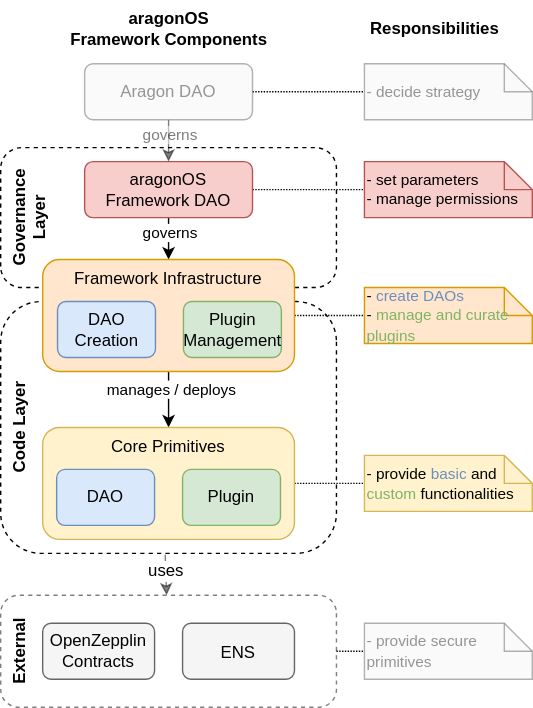
Before: packages/contracts/docs/core/01-how-it-works/aragon-os-framework-overview.drawio.svg, a diagram exported from draw.io (aragon/osx). Source tidied: cells renumbered, new cells last; positions are measured from the earlier drawing's top-left corner, leaving out a move shared by most shapes. The source it was exported from:
```xml
<mxGraphModel>
  <root>
    <mxCell id="0" />
    <mxCell id="1" parent="0" />
    <mxCell id="2" value="External" style="rounded=1;whiteSpace=wrap;html=1;dashed=1;fillColor=none;verticalAlign=top;fontStyle=1;arcSize=16;direction=west;rotation=270;opacity=50;" parent="1" vertex="1">
      <mxGeometry x="50" y="345" width="80" height="240" as="geometry" />
    </mxCell>
    <mxCell id="3" value="Code Layer" style="rounded=1;whiteSpace=wrap;html=1;dashed=1;fillColor=none;verticalAlign=top;fontStyle=1;arcSize=16;direction=west;rotation=270;" parent="1" vertex="1">
      <mxGeometry y="185" width="180" height="240" as="geometry" />
    </mxCell>
    <mxCell id="4" value="&lt;span style=&quot;font-size: 11px&quot;&gt;&lt;font style=&quot;font-size: 11px&quot;&gt;&amp;nbsp;- decide strategy&lt;/font&gt;&lt;br&gt;&lt;/span&gt;" style="shape=note;size=20;whiteSpace=wrap;html=1;fontSize=12;fillColor=#f5f5f5;align=left;strokeColor=#666666;fontColor=#333333;textOpacity=50;opacity=50;" parent="1" vertex="1">
      <mxGeometry x="230" y="45" width="120" height="40" as="geometry" />
    </mxCell>
    <mxCell id="5" value="&lt;div style=&quot;font-size: 11px&quot;&gt;&lt;span&gt;&amp;nbsp;- set parameters&lt;/span&gt;&lt;br&gt;&lt;/div&gt;&lt;div style=&quot;font-size: 11px&quot;&gt;&lt;span&gt;&lt;font style=&quot;font-size: 11px&quot;&gt;&amp;nbsp;- manage permissions&lt;/font&gt;&lt;/span&gt;&lt;/div&gt;" style="shape=note;size=20;whiteSpace=wrap;html=1;fontSize=12;fillColor=#f8cecc;align=left;strokeColor=#b85450;" parent="1" vertex="1">
      <mxGeometry x="230" y="115" width="120" height="40" as="geometry" />
    </mxCell>
    <mxCell id="6" value="&lt;span style=&quot;font-size: 11px;&quot;&gt;&lt;font style=&quot;font-size: 11px;&quot;&gt;&amp;nbsp;- &lt;font style=&quot;&quot; color=&quot;#6c8ebf&quot;&gt;create DAOs&lt;/font&gt;&lt;br&gt;&amp;nbsp;- &lt;font color=&quot;#81b365&quot;&gt;manage and curate&lt;br&gt;&amp;nbsp; &amp;nbsp;plugins&lt;/font&gt;&lt;/font&gt;&lt;br&gt;&lt;/span&gt;" style="shape=note;size=20;whiteSpace=wrap;html=1;fontSize=12;fillColor=#ffe6cc;align=left;strokeColor=#d79b00;" parent="1" vertex="1">
      <mxGeometry x="230" y="205" width="120" height="40" as="geometry" />
    </mxCell>
    <mxCell id="7" style="edgeStyle=orthogonalEdgeStyle;rounded=0;jettySize=auto;html=1;fontSize=11;endArrow=none;endFill=0;dashed=1;dashPattern=1 1;textOpacity=50;" parent="1" edge="1" source="22" target="4">
      <mxGeometry relative="1" as="geometry" />
    </mxCell>
    <mxCell id="8" style="edgeStyle=orthogonalEdgeStyle;rounded=0;jettySize=auto;html=1;exitX=1;exitY=0.5;exitDx=0;exitDy=0;fontSize=11;endArrow=none;endFill=0;dashed=1;dashPattern=1 1;" parent="1" edge="1" source="19" target="5">
      <mxGeometry relative="1" as="geometry" />
    </mxCell>
    <mxCell id="9" style="edgeStyle=orthogonalEdgeStyle;rounded=0;jettySize=auto;html=1;exitX=1;exitY=0.5;exitDx=0;exitDy=0;fontSize=11;endArrow=none;endFill=0;dashed=1;dashPattern=1 1;" parent="1" edge="1" source="33" target="6">
      <mxGeometry relative="1" as="geometry" />
    </mxCell>
    <mxCell id="10" value="&lt;span style=&quot;font-size: 11px;&quot;&gt;&lt;font style=&quot;font-size: 11px;&quot;&gt;&amp;nbsp;- provide &lt;font style=&quot;&quot; color=&quot;#6c8ebf&quot;&gt;basic&lt;/font&gt; and&lt;br&gt;&amp;nbsp; &amp;nbsp;&lt;font style=&quot;&quot; color=&quot;#81b365&quot;&gt;custom&lt;/font&gt;&lt;font style=&quot;&quot; color=&quot;#97d077&quot;&gt;&amp;nbsp;&lt;/font&gt;functionalities&lt;/font&gt;&lt;br&gt;&lt;/span&gt;" style="shape=note;size=20;whiteSpace=wrap;html=1;fontSize=12;fillColor=#fff2cc;align=left;strokeColor=#d6b656;" parent="1" vertex="1">
      <mxGeometry x="230" y="325" width="120" height="40" as="geometry" />
    </mxCell>
    <mxCell id="11" style="edgeStyle=orthogonalEdgeStyle;rounded=0;jettySize=auto;html=1;dashed=1;dashPattern=1 1;fontSize=11;endArrow=none;endFill=0;" parent="1" edge="1" source="29" target="10">
      <mxGeometry relative="1" as="geometry" />
    </mxCell>
    <mxCell id="12" value="&lt;font color=&quot;#000000&quot; style=&quot;font-size: 12px;&quot;&gt;&lt;b style=&quot;font-size: 12px;&quot;&gt;Responsibilities&lt;/b&gt;&lt;/font&gt;" style="text;html=1;align=center;verticalAlign=middle;strokeColor=none;fillColor=none;fontSize=12;fontColor=#7EA6E0;" parent="1" vertex="1">
      <mxGeometry x="220" y="5" width="120" height="30" as="geometry" />
    </mxCell>
    <mxCell id="13" value="&lt;span style=&quot;font-size: 11px&quot;&gt;&lt;font style=&quot;font-size: 11px&quot;&gt;&amp;nbsp;- provide secure &lt;br&gt;&amp;nbsp; &amp;nbsp;primitives&lt;/font&gt;&lt;br&gt;&lt;/span&gt;" style="shape=note;size=20;whiteSpace=wrap;html=1;fontSize=12;fillColor=#f5f5f5;align=left;strokeColor=#666666;fontColor=#333333;opacity=50;textOpacity=50;" parent="1" vertex="1">
      <mxGeometry x="230" y="445" width="120" height="40" as="geometry" />
    </mxCell>
    <mxCell id="14" style="edgeStyle=orthogonalEdgeStyle;rounded=0;jettySize=auto;html=1;dashed=1;dashPattern=1 1;fontSize=11;fontColor=#000000;endArrow=none;endFill=0;textOpacity=50;exitX=0.5;exitY=0;exitDx=0;exitDy=0;" parent="1" edge="1" source="2" target="13">
      <mxGeometry relative="1" as="geometry">
        <Array as="points">
          <mxPoint x="220" y="465" />
          <mxPoint x="220" y="465" />
        </Array>
      </mxGeometry>
    </mxCell>
    <mxCell id="15" value="&lt;font color=&quot;#000000&quot; style=&quot;font-size: 12px;&quot;&gt;&lt;span style=&quot;font-size: 12px;&quot;&gt;&lt;b&gt;aragonOS&lt;br&gt;&lt;/b&gt;&lt;/span&gt;&lt;b style=&quot;font-size: 12px;&quot;&gt;Framework Components&lt;br style=&quot;font-size: 12px;&quot;&gt;&lt;/b&gt;&lt;/font&gt;" style="text;html=1;align=center;verticalAlign=middle;strokeColor=none;fillColor=none;fontSize=12;fontColor=#7EA6E0;rounded=0;" parent="1" vertex="1">
      <mxGeometry x="10" width="160" height="40" as="geometry" />
    </mxCell>
    <mxCell id="16" value="Governance Layer" style="rounded=1;whiteSpace=wrap;html=1;dashed=1;fillColor=none;verticalAlign=top;fontStyle=1;rotation=270;" parent="1" vertex="1">
      <mxGeometry x="40" y="35" width="100" height="240" as="geometry" />
    </mxCell>
    <mxCell id="17" style="edgeStyle=orthogonalEdgeStyle;rounded=0;jettySize=auto;html=1;" parent="1" edge="1" source="19" target="33">
      <mxGeometry relative="1" as="geometry" />
    </mxCell>
    <mxCell id="18" value="governs" style="edgeLabel;html=1;align=center;verticalAlign=middle;" parent="17" vertex="1">
      <mxGeometry x="-0.32" relative="1" as="geometry">
        <mxPoint y="-7" as="offset" />
      </mxGeometry>
    </mxCell>
    <mxCell id="19" value="aragonOS Framework DAO" style="rounded=1;whiteSpace=wrap;html=1;verticalAlign=middle;fontStyle=0;fillColor=#f8cecc;strokeColor=#b85450;" parent="1" vertex="1">
      <mxGeometry x="30" y="115" width="120" height="40" as="geometry" />
    </mxCell>
    <mxCell id="20" style="edgeStyle=orthogonalEdgeStyle;rounded=0;jettySize=auto;html=1;textOpacity=50;opacity=50;" parent="1" edge="1" source="22" target="19">
      <mxGeometry relative="1" as="geometry" />
    </mxCell>
    <mxCell id="21" value="governs" style="edgeLabel;html=1;align=center;verticalAlign=middle;textOpacity=50;" parent="20" vertex="1">
      <mxGeometry x="-0.69" relative="1" as="geometry">
        <mxPoint y="2" as="offset" />
      </mxGeometry>
    </mxCell>
    <mxCell id="22" value="Aragon DAO" style="rounded=1;whiteSpace=wrap;html=1;verticalAlign=middle;fontStyle=0;fillColor=#f5f5f5;strokeColor=#666666;fontColor=#333333;opacity=50;textOpacity=50;" parent="1" vertex="1">
      <mxGeometry x="30" y="45" width="120" height="40" as="geometry" />
    </mxCell>
    <mxCell id="23" style="edgeStyle=orthogonalEdgeStyle;rounded=0;jettySize=auto;html=1;" parent="1" edge="1" source="33" target="29">
      <mxGeometry relative="1" as="geometry" />
    </mxCell>
    <mxCell id="24" value="manages / deploys" style="edgeLabel;html=1;align=center;verticalAlign=middle;" parent="23" vertex="1">
      <mxGeometry x="-0.55" relative="1" as="geometry">
        <mxPoint x="1" y="3" as="offset" />
      </mxGeometry>
    </mxCell>
    <mxCell id="25" value="OpenZepplin Contracts" style="rounded=1;whiteSpace=wrap;html=1;verticalAlign=middle;fontStyle=0;fillColor=#f5f5f5;strokeColor=#666666;fontColor=#000000;" parent="1" vertex="1">
      <mxGeometry y="445" width="80" height="40" as="geometry" />
    </mxCell>
    <mxCell id="26" style="rounded=0;jettySize=auto;html=1;fontSize=12;fontColor=#000000;endArrow=classic;endFill=1;opacity=50;exitX=1.005;exitY=0.51;exitDx=0;exitDy=0;exitPerimeter=0;" parent="1" edge="1" source="3" target="2">
      <mxGeometry relative="1" as="geometry" />
    </mxCell>
    <mxCell id="27" value="uses" style="edgeLabel;html=1;align=center;verticalAlign=middle;fontSize=12;fontColor=#000000;" parent="26" vertex="1">
      <mxGeometry x="-0.47" y="2" relative="1" as="geometry">
        <mxPoint x="-2" y="4" as="offset" />
      </mxGeometry>
    </mxCell>
    <mxCell id="28" style="group;" parent="1" vertex="1">
      <mxGeometry y="305" width="180" height="80" as="geometry" />
    </mxCell>
    <mxCell id="29" value="Core Primitives" style="rounded=1;whiteSpace=wrap;html=1;verticalAlign=top;fontStyle=0;fillColor=#fff2cc;strokeColor=#d6b656;" parent="28" vertex="1">
      <mxGeometry width="180" height="80" as="geometry" />
    </mxCell>
    <mxCell id="30" value="DAO" style="rounded=1;whiteSpace=wrap;html=1;verticalAlign=middle;fontStyle=0;fillColor=#dae8fc;strokeColor=#6c8ebf;" parent="28" vertex="1">
      <mxGeometry x="10" y="30" width="70" height="40" as="geometry" />
    </mxCell>
    <mxCell id="31" value="Plugin" style="rounded=1;whiteSpace=wrap;html=1;verticalAlign=middle;fontStyle=0;fillColor=#d5e8d4;strokeColor=#82b366;" parent="28" vertex="1">
      <mxGeometry x="100" y="30" width="70" height="40" as="geometry" />
    </mxCell>
    <mxCell id="32" style="group;" parent="1" vertex="1">
      <mxGeometry y="185" width="180" height="80" as="geometry" />
    </mxCell>
    <mxCell id="33" value="Framework Infrastructure" style="rounded=1;whiteSpace=wrap;html=1;verticalAlign=top;fontStyle=0;fillColor=#ffe6cc;strokeColor=#d79b00;" parent="32" vertex="1">
      <mxGeometry width="180" height="80" as="geometry" />
    </mxCell>
    <mxCell id="34" value="DAO Creation" style="rounded=1;whiteSpace=wrap;html=1;verticalAlign=middle;fontStyle=0;fillColor=#dae8fc;strokeColor=#6c8ebf;" parent="32" vertex="1">
      <mxGeometry x="10.6" y="30" width="70" height="40" as="geometry" />
    </mxCell>
    <mxCell id="35" value="Plugin&lt;br&gt;Management" style="rounded=1;whiteSpace=wrap;html=1;verticalAlign=middle;fontStyle=0;fillColor=#d5e8d4;strokeColor=#82b366;" parent="32" vertex="1">
      <mxGeometry x="100.6" y="30" width="70" height="40" as="geometry" />
    </mxCell>
    <mxCell id="36" value="&lt;p style=&quot;line-height: 1&quot;&gt;&lt;font color=&quot;#000000&quot;&gt;ENS&lt;/font&gt;&lt;/p&gt;" style="rounded=1;whiteSpace=wrap;html=1;verticalAlign=middle;fontStyle=0;fillColor=#f5f5f5;strokeColor=#666666;fontColor=#333333;" parent="1" vertex="1">
      <mxGeometry x="100" y="445" width="80" height="40" as="geometry" />
    </mxCell>
  </root>
</mxGraphModel>
```
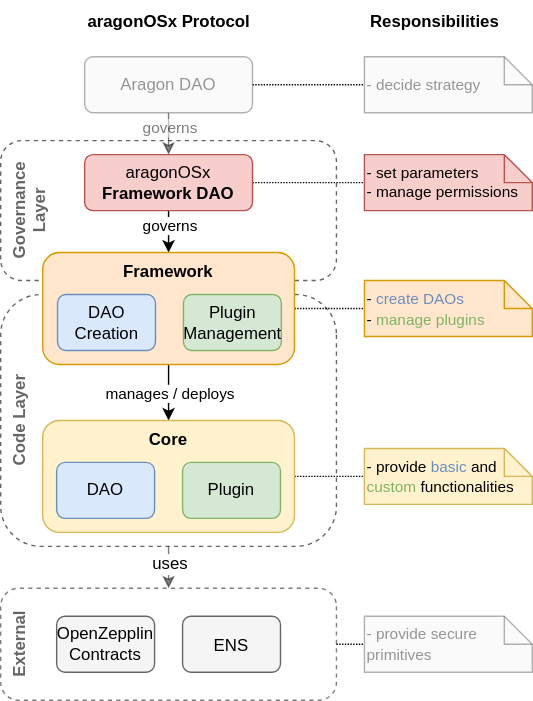
Above is the later version.

Diff of the diagram source:
```diff
@@ -2,10 +2,10 @@
   <root>
     <mxCell id="0" />
     <mxCell id="1" parent="0" />
-    <mxCell id="2" value="External" style="rounded=1;whiteSpace=wrap;html=1;dashed=1;fillColor=none;verticalAlign=top;fontStyle=1;arcSize=16;direction=west;rotation=270;opacity=50;" parent="1" vertex="1">
+    <mxCell id="2" value="External" style="rounded=1;whiteSpace=wrap;html=1;dashed=1;fillColor=none;verticalAlign=top;fontStyle=1;arcSize=16;direction=west;rotation=270;opacity=50;fontColor=#666666;" parent="1" vertex="1">
       <mxGeometry x="50" y="345" width="80" height="240" as="geometry" />
     </mxCell>
-    <mxCell id="3" value="Code Layer" style="rounded=1;whiteSpace=wrap;html=1;dashed=1;fillColor=none;verticalAlign=top;fontStyle=1;arcSize=16;direction=west;rotation=270;" parent="1" vertex="1">
+    <mxCell id="3" value="Code Layer" style="rounded=1;whiteSpace=wrap;html=1;dashed=1;fillColor=none;verticalAlign=top;fontStyle=1;arcSize=16;direction=west;rotation=270;strokeColor=#666666;fontColor=#666666;" parent="1" vertex="1">
       <mxGeometry y="185" width="180" height="240" as="geometry" />
     </mxCell>
     <mxCell id="4" value="&lt;span style=&quot;font-size: 11px&quot;&gt;&lt;font style=&quot;font-size: 11px&quot;&gt;&amp;nbsp;- decide strategy&lt;/font&gt;&lt;br&gt;&lt;/span&gt;" style="shape=note;size=20;whiteSpace=wrap;html=1;fontSize=12;fillColor=#f5f5f5;align=left;strokeColor=#666666;fontColor=#333333;textOpacity=50;opacity=50;" parent="1" vertex="1">
@@ -14,7 +14,7 @@
     <mxCell id="5" value="&lt;div style=&quot;font-size: 11px&quot;&gt;&lt;span&gt;&amp;nbsp;- set parameters&lt;/span&gt;&lt;br&gt;&lt;/div&gt;&lt;div style=&quot;font-size: 11px&quot;&gt;&lt;span&gt;&lt;font style=&quot;font-size: 11px&quot;&gt;&amp;nbsp;- manage permissions&lt;/font&gt;&lt;/span&gt;&lt;/div&gt;" style="shape=note;size=20;whiteSpace=wrap;html=1;fontSize=12;fillColor=#f8cecc;align=left;strokeColor=#b85450;" parent="1" vertex="1">
       <mxGeometry x="230" y="115" width="120" height="40" as="geometry" />
     </mxCell>
-    <mxCell id="6" value="&lt;span style=&quot;font-size: 11px;&quot;&gt;&lt;font style=&quot;font-size: 11px;&quot;&gt;&amp;nbsp;- &lt;font style=&quot;&quot; color=&quot;#6c8ebf&quot;&gt;create DAOs&lt;/font&gt;&lt;br&gt;&amp;nbsp;- &lt;font color=&quot;#81b365&quot;&gt;manage and curate&lt;br&gt;&amp;nbsp; &amp;nbsp;plugins&lt;/font&gt;&lt;/font&gt;&lt;br&gt;&lt;/span&gt;" style="shape=note;size=20;whiteSpace=wrap;html=1;fontSize=12;fillColor=#ffe6cc;align=left;strokeColor=#d79b00;" parent="1" vertex="1">
+    <mxCell id="6" value="&lt;span style=&quot;font-size: 11px;&quot;&gt;&lt;font style=&quot;font-size: 11px;&quot;&gt;&amp;nbsp;- &lt;font style=&quot;&quot; color=&quot;#6c8ebf&quot;&gt;create DAOs&lt;/font&gt;&lt;br&gt;&amp;nbsp;- &lt;font color=&quot;#81b365&quot;&gt;manage plugins&lt;/font&gt;&lt;/font&gt;&lt;br&gt;&lt;/span&gt;" style="shape=note;size=20;whiteSpace=wrap;html=1;fontSize=12;fillColor=#ffe6cc;align=left;strokeColor=#d79b00;" parent="1" vertex="1">
       <mxGeometry x="230" y="205" width="120" height="40" as="geometry" />
     </mxCell>
     <mxCell id="7" style="edgeStyle=orthogonalEdgeStyle;rounded=0;jettySize=auto;html=1;fontSize=11;endArrow=none;endFill=0;dashed=1;dashPattern=1 1;textOpacity=50;" parent="1" edge="1" source="22" target="4">
@@ -46,10 +46,10 @@
         </Array>
       </mxGeometry>
     </mxCell>
-    <mxCell id="15" value="&lt;font color=&quot;#000000&quot; style=&quot;font-size: 12px;&quot;&gt;&lt;span style=&quot;font-size: 12px;&quot;&gt;&lt;b&gt;aragonOS&lt;br&gt;&lt;/b&gt;&lt;/span&gt;&lt;b style=&quot;font-size: 12px;&quot;&gt;Framework Components&lt;br style=&quot;font-size: 12px;&quot;&gt;&lt;/b&gt;&lt;/font&gt;" style="text;html=1;align=center;verticalAlign=middle;strokeColor=none;fillColor=none;fontSize=12;fontColor=#7EA6E0;rounded=0;" parent="1" vertex="1">
-      <mxGeometry x="10" width="160" height="40" as="geometry" />
+    <mxCell id="15" value="&lt;font color=&quot;#000000&quot; style=&quot;font-size: 12px;&quot;&gt;&lt;span style=&quot;font-size: 12px;&quot;&gt;&lt;b&gt;aragonOS&amp;nbsp;&lt;/b&gt;&lt;/span&gt;&lt;b style=&quot;font-size: 12px;&quot;&gt;Protocol&lt;br style=&quot;font-size: 12px;&quot;&gt;&lt;/b&gt;&lt;/font&gt;" style="text;html=1;align=center;verticalAlign=middle;strokeColor=none;fillColor=none;fontSize=12;fontColor=#7EA6E0;rounded=0;" parent="1" vertex="1">
+      <mxGeometry x="25" y="5" width="130" height="30" as="geometry" />
     </mxCell>
-    <mxCell id="16" value="Governance Layer" style="rounded=1;whiteSpace=wrap;html=1;dashed=1;fillColor=none;verticalAlign=top;fontStyle=1;rotation=270;" parent="1" vertex="1">
+    <mxCell id="16" value="Governance Layer" style="rounded=1;whiteSpace=wrap;html=1;dashed=1;fillColor=none;verticalAlign=top;fontStyle=1;rotation=270;strokeColor=#666666;fontColor=#666666;" parent="1" vertex="1">
       <mxGeometry x="40" y="35" width="100" height="240" as="geometry" />
     </mxCell>
     <mxCell id="17" style="edgeStyle=orthogonalEdgeStyle;rounded=0;jettySize=auto;html=1;" parent="1" edge="1" source="19" target="33">
@@ -60,7 +60,7 @@
         <mxPoint y="-7" as="offset" />
       </mxGeometry>
     </mxCell>
-    <mxCell id="19" value="aragonOS Framework DAO" style="rounded=1;whiteSpace=wrap;html=1;verticalAlign=middle;fontStyle=0;fillColor=#f8cecc;strokeColor=#b85450;" parent="1" vertex="1">
+    <mxCell id="19" value="aragonOS &lt;b&gt;Framework DAO&lt;/b&gt;" style="rounded=1;whiteSpace=wrap;html=1;verticalAlign=middle;fontStyle=0;fillColor=#f8cecc;strokeColor=#b85450;" parent="1" vertex="1">
       <mxGeometry x="30" y="115" width="120" height="40" as="geometry" />
     </mxCell>
     <mxCell id="20" style="edgeStyle=orthogonalEdgeStyle;rounded=0;jettySize=auto;html=1;textOpacity=50;opacity=50;" parent="1" edge="1" source="22" target="19">
@@ -79,13 +79,13 @@
     </mxCell>
     <mxCell id="24" value="manages / deploys" style="edgeLabel;html=1;align=center;verticalAlign=middle;" parent="23" vertex="1">
       <mxGeometry x="-0.55" relative="1" as="geometry">
-        <mxPoint x="1" y="3" as="offset" />
+        <mxPoint y="11" as="offset" />
       </mxGeometry>
     </mxCell>
     <mxCell id="25" value="OpenZepplin Contracts" style="rounded=1;whiteSpace=wrap;html=1;verticalAlign=middle;fontStyle=0;fillColor=#f5f5f5;strokeColor=#666666;fontColor=#000000;" parent="1" vertex="1">
-      <mxGeometry y="445" width="80" height="40" as="geometry" />
+      <mxGeometry x="10" y="445" width="70" height="40" as="geometry" />
     </mxCell>
-    <mxCell id="26" style="rounded=0;jettySize=auto;html=1;fontSize=12;fontColor=#000000;endArrow=classic;endFill=1;opacity=50;exitX=1.005;exitY=0.51;exitDx=0;exitDy=0;exitPerimeter=0;" parent="1" edge="1" source="3" target="2">
+    <mxCell id="26" style="rounded=0;jettySize=auto;html=1;fontSize=12;fontColor=#000000;endArrow=classic;endFill=1;opacity=50;exitX=1;exitY=0.5;exitDx=0;exitDy=0;" parent="1" edge="1" source="3" target="2">
       <mxGeometry relative="1" as="geometry" />
     </mxCell>
     <mxCell id="27" value="uses" style="edgeLabel;html=1;align=center;verticalAlign=middle;fontSize=12;fontColor=#000000;" parent="26" vertex="1">
@@ -96,7 +96,7 @@
     <mxCell id="28" style="group;" parent="1" vertex="1">
       <mxGeometry y="305" width="180" height="80" as="geometry" />
     </mxCell>
-    <mxCell id="29" value="Core Primitives" style="rounded=1;whiteSpace=wrap;html=1;verticalAlign=top;fontStyle=0;fillColor=#fff2cc;strokeColor=#d6b656;" parent="28" vertex="1">
+    <mxCell id="29" value="&lt;b&gt;Core&lt;/b&gt;" style="rounded=1;whiteSpace=wrap;html=1;verticalAlign=top;fontStyle=0;fillColor=#fff2cc;strokeColor=#d6b656;" parent="28" vertex="1">
       <mxGeometry width="180" height="80" as="geometry" />
     </mxCell>
     <mxCell id="30" value="DAO" style="rounded=1;whiteSpace=wrap;html=1;verticalAlign=middle;fontStyle=0;fillColor=#dae8fc;strokeColor=#6c8ebf;" parent="28" vertex="1">
@@ -108,7 +108,7 @@
     <mxCell id="32" style="group;" parent="1" vertex="1">
       <mxGeometry y="185" width="180" height="80" as="geometry" />
     </mxCell>
-    <mxCell id="33" value="Framework Infrastructure" style="rounded=1;whiteSpace=wrap;html=1;verticalAlign=top;fontStyle=0;fillColor=#ffe6cc;strokeColor=#d79b00;" parent="32" vertex="1">
+    <mxCell id="33" value="&lt;b&gt;Framework&lt;/b&gt;" style="rounded=1;whiteSpace=wrap;html=1;verticalAlign=top;fontStyle=0;fillColor=#ffe6cc;strokeColor=#d79b00;" parent="32" vertex="1">
       <mxGeometry width="180" height="80" as="geometry" />
     </mxCell>
     <mxCell id="34" value="DAO Creation" style="rounded=1;whiteSpace=wrap;html=1;verticalAlign=middle;fontStyle=0;fillColor=#dae8fc;strokeColor=#6c8ebf;" parent="32" vertex="1">
@@ -118,7 +118,7 @@
       <mxGeometry x="100.6" y="30" width="70" height="40" as="geometry" />
     </mxCell>
     <mxCell id="36" value="&lt;p style=&quot;line-height: 1&quot;&gt;&lt;font color=&quot;#000000&quot;&gt;ENS&lt;/font&gt;&lt;/p&gt;" style="rounded=1;whiteSpace=wrap;html=1;verticalAlign=middle;fontStyle=0;fillColor=#f5f5f5;strokeColor=#666666;fontColor=#333333;" parent="1" vertex="1">
-      <mxGeometry x="100" y="445" width="80" height="40" as="geometry" />
+      <mxGeometry x="100" y="445" width="70" height="40" as="geometry" />
     </mxCell>
   </root>
 </mxGraphModel>
```
